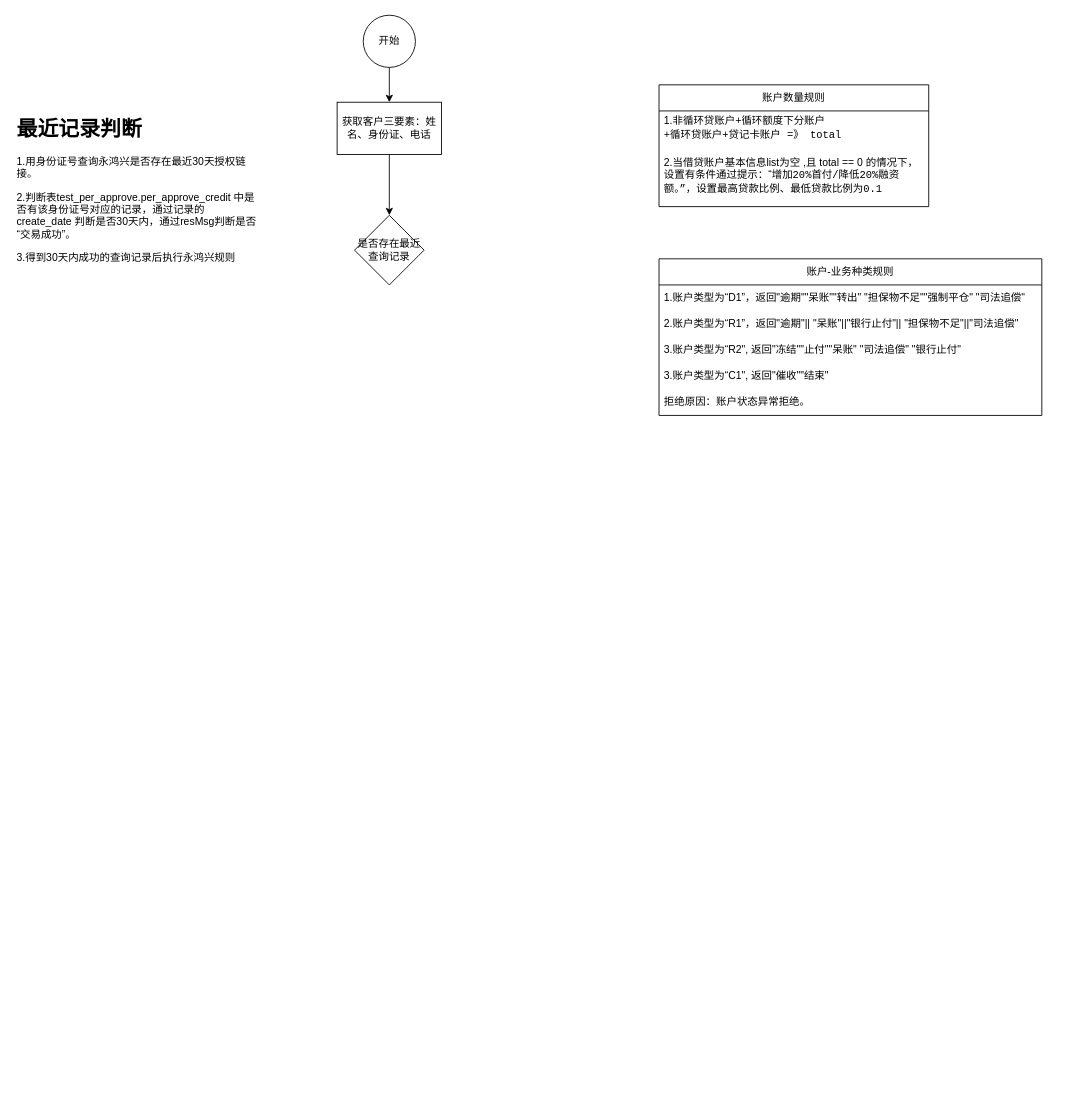
This is 保险业务预审批规则.drawio from XiongZen/QJReconstitution, a draw.io file, before an edit. Source tidied: cells renumbered, new cells numbered last; positions are measured from the earlier drawing's top-left corner, leaving out a move shared by most shapes. Both pictures are drawn from the tidied source at 87%, with x=0, y=0 at pixel (15, 15).
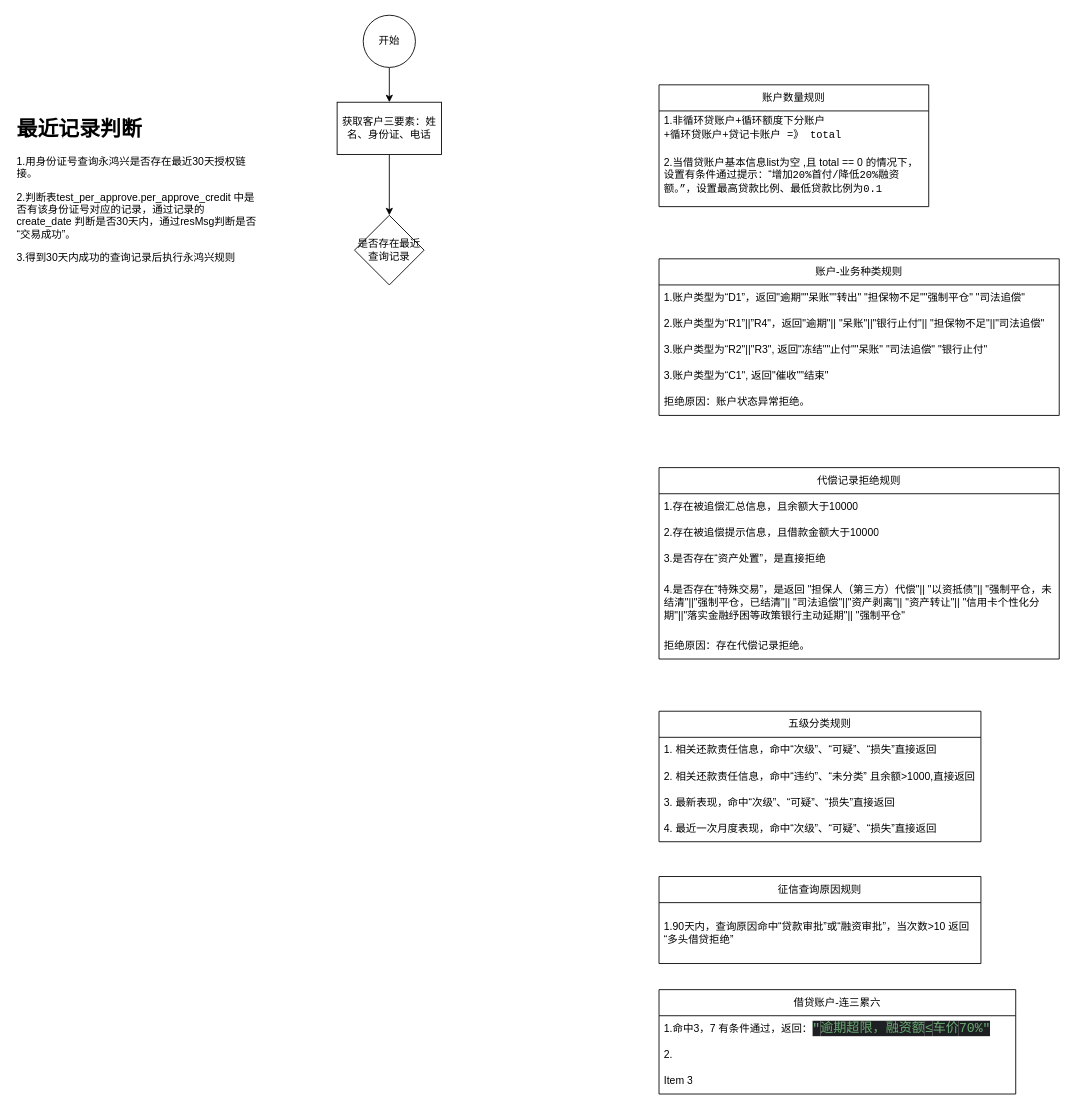
After the change.

Commit message (it also covers changes not shown here):
Update 保险业务预审批规则.drawio

The edit, as a diff of the source:
```diff
@@
     <mxCell id="11" value="账户-业务种类规则" style="swimlane;fontStyle=0;horizontal=1;startSize=30;whiteSpace=wrap;html=1;" parent="1" vertex="1">
-      <mxGeometry x="740" y="280" width="440" height="180" as="geometry" />
+      <mxGeometry x="740" y="280" width="460" height="180" as="geometry" />
     </mxCell>
     <mxCell id="12" value="1.账户类型为“D1”，返回&quot;逾期&quot;&quot;呆账&quot;&quot;转出&quot; &quot;担保物不足&quot;&quot;强制平仓&quot; &quot;司法追偿&quot;" style="text;strokeColor=none;fillColor=none;align=left;verticalAlign=middle;spacingLeft=4;spacingRight=4;overflow=hidden;whiteSpace=wrap;html=1;" parent="11" vertex="1">
-      <mxGeometry y="30" width="440" height="30" as="geometry" />
+      <mxGeometry y="30" width="460" height="30" as="geometry" />
     </mxCell>
-    <mxCell id="13" value="2.账户类型为“R1”，返回&quot;逾期&quot;|| &quot;呆账&quot;||&quot;银行止付&quot;|| &quot;担保物不足&quot;||&quot;司法追偿&quot;" style="text;strokeColor=none;fillColor=none;align=left;verticalAlign=middle;spacingLeft=4;spacingRight=4;overflow=hidden;whiteSpace=wrap;html=1;" parent="11" vertex="1">
-      <mxGeometry y="60" width="440" height="30" as="geometry" />
+    <mxCell id="13" value="2.账户类型为“R1”||”R4&quot;，返回&quot;逾期&quot;|| &quot;呆账&quot;||&quot;银行止付&quot;|| &quot;担保物不足&quot;||&quot;司法追偿&quot;" style="text;strokeColor=none;fillColor=none;align=left;verticalAlign=middle;spacingLeft=4;spacingRight=4;overflow=hidden;whiteSpace=wrap;html=1;" parent="11" vertex="1">
+      <mxGeometry y="60" width="460" height="30" as="geometry" />
     </mxCell>
-    <mxCell id="14" value="3.账户类型为“R2&quot;, 返回&quot;冻结&quot;&quot;止付&quot;&quot;呆账&quot; &quot;司法追偿&quot; &quot;银行止付&quot;" style="text;strokeColor=none;fillColor=none;align=left;verticalAlign=middle;spacingLeft=4;spacingRight=4;overflow=hidden;whiteSpace=wrap;html=1;" parent="11" vertex="1">
-      <mxGeometry y="90" width="440" height="30" as="geometry" />
+    <mxCell id="14" value="3.账户类型为“R2&quot;||&quot;R3&quot;, 返回&quot;冻结&quot;&quot;止付&quot;&quot;呆账&quot; &quot;司法追偿&quot; &quot;银行止付&quot;" style="text;strokeColor=none;fillColor=none;align=left;verticalAlign=middle;spacingLeft=4;spacingRight=4;overflow=hidden;whiteSpace=wrap;html=1;" parent="11" vertex="1">
+      <mxGeometry y="90" width="460" height="30" as="geometry" />
     </mxCell>
     <mxCell id="15" value="3.账户类型为“C1&quot;, 返回&quot;催收&quot;&quot;结束&quot;" style="text;strokeColor=none;fillColor=none;align=left;verticalAlign=middle;spacingLeft=4;spacingRight=4;overflow=hidden;whiteSpace=wrap;html=1;" parent="11" vertex="1">
-      <mxGeometry y="120" width="440" height="30" as="geometry" />
+      <mxGeometry y="120" width="460" height="30" as="geometry" />
     </mxCell>
     <mxCell id="16" value="拒绝原因：账户状态异常拒绝。" style="text;strokeColor=none;fillColor=none;align=left;verticalAlign=middle;spacingLeft=4;spacingRight=4;overflow=hidden;whiteSpace=wrap;html=1;" parent="11" vertex="1">
-      <mxGeometry y="150" width="440" height="30" as="geometry" />
+      <mxGeometry y="150" width="460" height="30" as="geometry" />
     </mxCell>
+    <mxCell id="17" value="代偿记录拒绝规则" style="swimlane;fontStyle=0;horizontal=1;startSize=30;whiteSpace=wrap;html=1;" parent="1" vertex="1">
+      <mxGeometry x="740" y="520" width="460" height="220" as="geometry" />
+    </mxCell>
+    <mxCell id="18" value="1.存在被追偿汇总信息，且余额大于10000" style="text;strokeColor=none;fillColor=none;align=left;verticalAlign=middle;spacingLeft=4;spacingRight=4;overflow=hidden;whiteSpace=wrap;html=1;" parent="17" vertex="1">
+      <mxGeometry y="30" width="460" height="30" as="geometry" />
+    </mxCell>
+    <mxCell id="19" value="2.存在被追偿提示信息，且借款金额大于10000" style="text;strokeColor=none;fillColor=none;align=left;verticalAlign=middle;spacingLeft=4;spacingRight=4;overflow=hidden;whiteSpace=wrap;html=1;" parent="17" vertex="1">
+      <mxGeometry y="60" width="460" height="30" as="geometry" />
+    </mxCell>
+    <mxCell id="20" value="3.是否存在“资产处置”，是直接拒绝" style="text;strokeColor=none;fillColor=none;align=left;verticalAlign=middle;spacingLeft=4;spacingRight=4;overflow=hidden;whiteSpace=wrap;html=1;" parent="17" vertex="1">
+      <mxGeometry y="90" width="460" height="30" as="geometry" />
+    </mxCell>
+    <mxCell id="21" value="4.是否存在“特殊交易”，是返回&amp;nbsp;&quot;担保人（第三方）代偿&quot;|| &quot;以资抵债&quot;|| &quot;强制平仓，未结清&quot;||&quot;强制平仓，已结清&quot;|| &quot;司法追偿&quot;||&quot;资产剥离&quot;|| &quot;资产转让&quot;|| &quot;信用卡个性化分期&quot;||&quot;落实金融纾困等政策银行主动延期&quot;|| &quot;强制平仓&quot;" style="text;strokeColor=none;fillColor=none;align=left;verticalAlign=middle;spacingLeft=4;spacingRight=4;overflow=hidden;whiteSpace=wrap;html=1;" parent="17" vertex="1">
+      <mxGeometry y="120" width="460" height="70" as="geometry" />
+    </mxCell>
+    <mxCell id="22" value="拒绝原因：存在代偿记录拒绝。" style="text;strokeColor=none;fillColor=none;align=left;verticalAlign=middle;spacingLeft=4;spacingRight=4;overflow=hidden;whiteSpace=wrap;html=1;" parent="17" vertex="1">
+      <mxGeometry y="190" width="460" height="30" as="geometry" />
+    </mxCell>
+    <mxCell id="23" value="五级分类规则" style="swimlane;fontStyle=0;horizontal=1;startSize=30;whiteSpace=wrap;html=1;" parent="1" vertex="1">
+      <mxGeometry x="740" y="800" width="370" height="150" as="geometry" />
+    </mxCell>
+    <mxCell id="24" value="1. 相关还款责任信息，命中“次级”、“可疑”、“损失”直接返回" style="text;strokeColor=none;fillColor=none;align=left;verticalAlign=middle;spacingLeft=4;spacingRight=4;overflow=hidden;whiteSpace=wrap;html=1;" parent="23" vertex="1">
+      <mxGeometry y="30" width="370" height="30" as="geometry" />
+    </mxCell>
+    <mxCell id="25" value="2. 相关还款责任信息，命中“违约”、“未分类” 且余额&amp;gt;1000,直接返回" style="text;strokeColor=none;fillColor=none;align=left;verticalAlign=middle;spacingLeft=4;spacingRight=4;overflow=hidden;whiteSpace=wrap;html=1;" parent="23" vertex="1">
+      <mxGeometry y="60" width="370" height="30" as="geometry" />
+    </mxCell>
+    <mxCell id="26" value="3. 最新表现，命中“次级”、“可疑”、“损失”直接返回" style="text;strokeColor=none;fillColor=none;align=left;verticalAlign=middle;spacingLeft=4;spacingRight=4;overflow=hidden;whiteSpace=wrap;html=1;" parent="23" vertex="1">
+      <mxGeometry y="90" width="370" height="30" as="geometry" />
+    </mxCell>
+    <mxCell id="27" value="4. 最近一次月度表现，命中“次级”、“可疑”、“损失”直接返回" style="text;strokeColor=none;fillColor=none;align=left;verticalAlign=middle;spacingLeft=4;spacingRight=4;overflow=hidden;whiteSpace=wrap;html=1;" parent="23" vertex="1">
+      <mxGeometry y="120" width="370" height="30" as="geometry" />
+    </mxCell>
+    <mxCell id="28" value="征信查询原因规则" style="swimlane;fontStyle=0;horizontal=1;startSize=30;whiteSpace=wrap;html=1;" parent="1" vertex="1">
+      <mxGeometry x="740" y="990" width="370" height="100" as="geometry" />
+    </mxCell>
+    <mxCell id="29" value="1.90天内，查询原因命中“贷款审批”或“融资审批”，当次数&amp;gt;10 返回 “多头借贷拒绝”" style="text;strokeColor=none;fillColor=none;align=left;verticalAlign=middle;spacingLeft=4;spacingRight=4;overflow=hidden;whiteSpace=wrap;html=1;" parent="28" vertex="1">
+      <mxGeometry y="30" width="370" height="70" as="geometry" />
+    </mxCell>
+    <mxCell id="30" value="借贷账户-连三累六" style="swimlane;fontStyle=0;horizontal=1;startSize=30;whiteSpace=wrap;html=1;" parent="1" vertex="1">
+      <mxGeometry x="740" y="1120" width="410" height="120" as="geometry" />
+    </mxCell>
+    <mxCell id="31" value="1.命中3，7 有条件通过，返回：&lt;span style=&quot;font-family: &amp;quot;JetBrains Mono&amp;quot;, monospace; font-size: 11.3pt; background-color: rgb(30, 31, 34); color: rgb(106, 171, 115);&quot;&gt;&quot;&lt;/span&gt;&lt;span style=&quot;font-size: 11.3pt; background-color: rgb(30, 31, 34); color: rgb(106, 171, 115); font-family: 宋体, monospace;&quot;&gt;逾期超限，融资额&lt;/span&gt;&lt;span style=&quot;font-family: &amp;quot;JetBrains Mono&amp;quot;, monospace; font-size: 11.3pt; background-color: rgb(30, 31, 34); color: rgb(106, 171, 115);&quot;&gt;≤&lt;/span&gt;&lt;span style=&quot;font-size: 11.3pt; background-color: rgb(30, 31, 34); color: rgb(106, 171, 115); font-family: 宋体, monospace;&quot;&gt;车价&lt;/span&gt;&lt;span style=&quot;font-family: &amp;quot;JetBrains Mono&amp;quot;, monospace; font-size: 11.3pt; background-color: rgb(30, 31, 34); color: rgb(106, 171, 115);&quot;&gt;70%&quot;&lt;/span&gt;" style="text;strokeColor=none;fillColor=none;align=left;verticalAlign=middle;spacingLeft=4;spacingRight=4;overflow=hidden;whiteSpace=wrap;html=1;" parent="30" vertex="1">
+      <mxGeometry y="30" width="410" height="30" as="geometry" />
+    </mxCell>
+    <mxCell id="32" value="2." style="text;strokeColor=none;fillColor=none;align=left;verticalAlign=middle;spacingLeft=4;spacingRight=4;overflow=hidden;whiteSpace=wrap;html=1;" parent="30" vertex="1">
+      <mxGeometry y="60" width="410" height="30" as="geometry" />
+    </mxCell>
+    <mxCell id="33" value="Item 3" style="text;strokeColor=none;fillColor=none;align=left;verticalAlign=middle;spacingLeft=4;spacingRight=4;overflow=hidden;whiteSpace=wrap;html=1;" parent="30" vertex="1">
+      <mxGeometry y="90" width="410" height="30" as="geometry" />
+    </mxCell>
```
